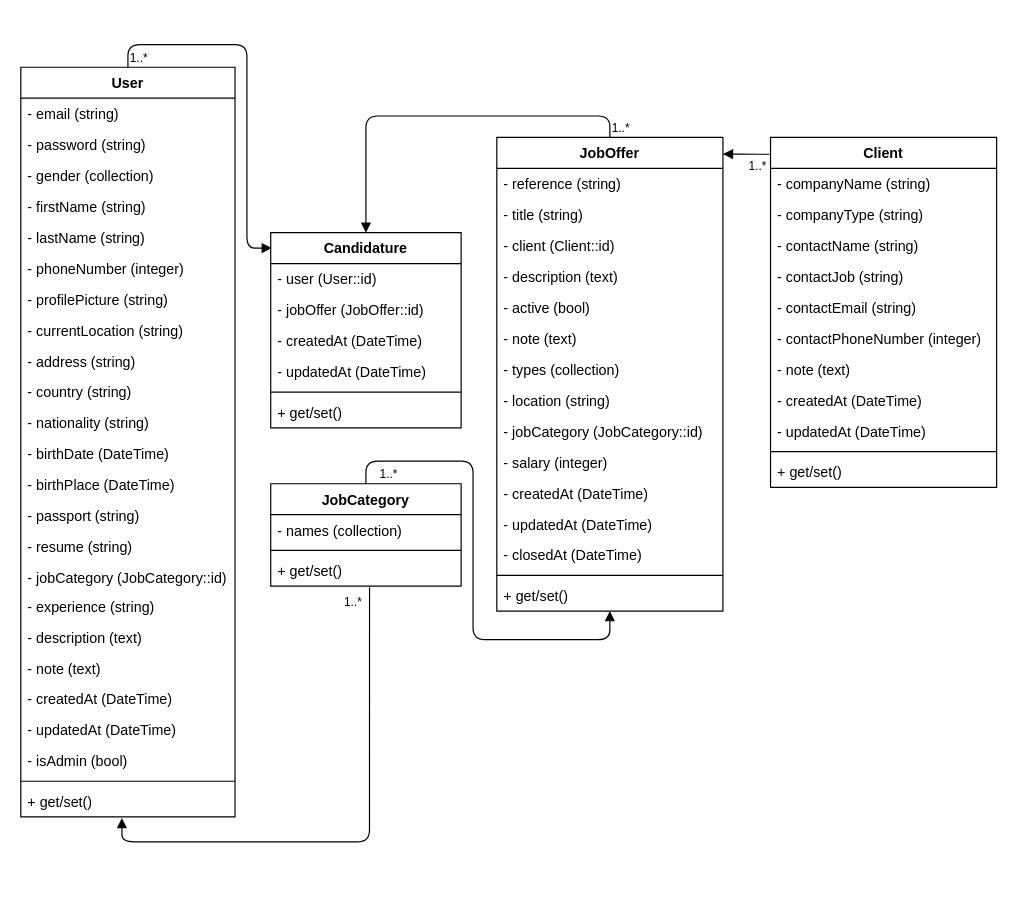
This is diagrams/classes/classes.drawio from Chaxwell/luxury, a draw.io file, before an edit. Source tidied: cells renumbered, new cells numbered last; positions are measured from the earlier drawing's top-left corner, leaving out a move shared by most shapes. Both pictures are drawn from the tidied source at 119%, with x=0, y=0 at pixel (20, 44).
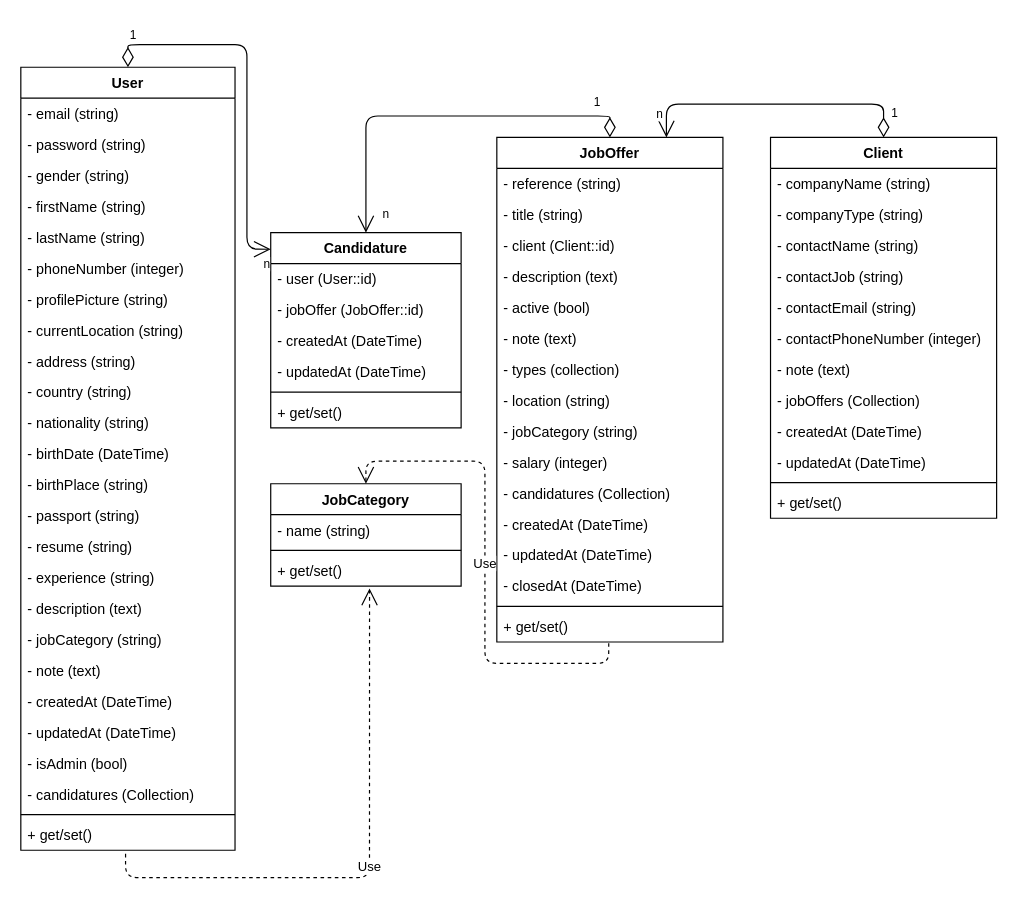
After the change.

Unchanged cells that the change refers to:
```xml
<mxCell id="55" value="Candidature" style="swimlane;fontStyle=1;align=center;verticalAlign=top;horizontal=1;startSize=26;" parent="1" vertex="1">
  <mxGeometry x="210" y="158" width="160" height="164" as="geometry" />
</mxCell>
<mxCell id="66" value="JobCategory" style="swimlane;fontStyle=1;align=center;verticalAlign=top;horizontal=1;startSize=26;" parent="1" vertex="1">
  <mxGeometry x="210" y="369" width="160" height="86" as="geometry" />
</mxCell>
<mxCell id="69" value="+ get/set()" style="text;strokeColor=none;fillColor=none;align=left;verticalAlign=top;spacingLeft=4;spacingRight=4;overflow=hidden;points=[[0,0.5],[1,0.5]];portConstraint=eastwest;" parent="66" vertex="1">
  <mxGeometry y="60" width="160" height="26" as="geometry" />
</mxCell>
```

Change to the diagram source:
```diff
@@
     <mxCell id="2" value="User" style="swimlane;fontStyle=1;align=center;verticalAlign=top;horizontal=1;startSize=26;" parent="1" vertex="1">
-      <mxGeometry y="19" width="180" height="630" as="geometry" />
+      <mxGeometry y="19" width="180" height="658" as="geometry" />
     </mxCell>
@@
-    <mxCell id="5" value="- gender (collection)&#10;" style="text;strokeColor=none;fillColor=none;align=left;verticalAlign=top;spacingLeft=4;spacingRight=4;overflow=hidden;" parent="2" vertex="1">
+    <mxCell id="5" value="- gender (string)" style="text;strokeColor=none;fillColor=none;align=left;verticalAlign=top;spacingLeft=4;spacingRight=4;overflow=hidden;" parent="2" vertex="1">
       <mxGeometry y="78" width="180" height="26" as="geometry" />
     </mxCell>
@@
-    <mxCell id="15" value="- birthPlace (DateTime)&#10;" style="text;strokeColor=none;fillColor=none;align=left;verticalAlign=top;spacingLeft=4;spacingRight=4;overflow=hidden;" parent="2" vertex="1">
+    <mxCell id="15" value="- birthPlace (string)" style="text;strokeColor=none;fillColor=none;align=left;verticalAlign=top;spacingLeft=4;spacingRight=4;overflow=hidden;" parent="2" vertex="1">
       <mxGeometry y="338" width="180" height="26" as="geometry" />
     </mxCell>
@@
-    <mxCell id="18" value="- jobCategory (JobCategory::id)&#10;" style="text;strokeColor=none;fillColor=none;align=left;verticalAlign=top;spacingLeft=4;spacingRight=4;overflow=hidden;" parent="2" vertex="1">
-      <mxGeometry y="416" width="180" height="24" as="geometry" />
-    </mxCell>
     <mxCell id="19" value="- experience (string)&#10;" style="text;strokeColor=none;fillColor=none;align=left;verticalAlign=top;spacingLeft=4;spacingRight=4;overflow=hidden;" parent="2" vertex="1">
-      <mxGeometry y="440" width="180" height="26" as="geometry" />
+      <mxGeometry y="416" width="180" height="26" as="geometry" />
     </mxCell>
     <mxCell id="20" value="- description (text)&#10;" style="text;strokeColor=none;fillColor=none;align=left;verticalAlign=top;spacingLeft=4;spacingRight=4;overflow=hidden;" parent="2" vertex="1">
-      <mxGeometry y="466" width="180" height="26" as="geometry" />
+      <mxGeometry y="442" width="180" height="26" as="geometry" />
     </mxCell>
+    <mxCell id="76" value="- jobCategory (string)" style="text;strokeColor=none;fillColor=none;align=left;verticalAlign=top;spacingLeft=4;spacingRight=4;overflow=hidden;" parent="2" vertex="1">
+      <mxGeometry y="468" width="180" height="26" as="geometry" />
+    </mxCell>
     <mxCell id="21" value="- note (text)&#10;" style="text;strokeColor=none;fillColor=none;align=left;verticalAlign=top;spacingLeft=4;spacingRight=4;overflow=hidden;" parent="2" vertex="1">
-      <mxGeometry y="492" width="180" height="26" as="geometry" />
+      <mxGeometry y="494" width="180" height="26" as="geometry" />
     </mxCell>
     <mxCell id="22" value="- createdAt (DateTime)&#10;" style="text;strokeColor=none;fillColor=none;align=left;verticalAlign=top;spacingLeft=4;spacingRight=4;overflow=hidden;" parent="2" vertex="1">
-      <mxGeometry y="518" width="180" height="26" as="geometry" />
+      <mxGeometry y="520" width="180" height="26" as="geometry" />
     </mxCell>
     <mxCell id="23" value="- updatedAt (DateTime)&#10;" style="text;strokeColor=none;fillColor=none;align=left;verticalAlign=top;spacingLeft=4;spacingRight=4;overflow=hidden;" parent="2" vertex="1">
-      <mxGeometry y="544" width="180" height="26" as="geometry" />
+      <mxGeometry y="546" width="180" height="26" as="geometry" />
     </mxCell>
     <mxCell id="24" value="- isAdmin (bool)&#10;" style="text;strokeColor=none;fillColor=none;align=left;verticalAlign=top;spacingLeft=4;spacingRight=4;overflow=hidden;" parent="2" vertex="1">
-      <mxGeometry y="570" width="180" height="26" as="geometry" />
+      <mxGeometry y="572" width="180" height="26" as="geometry" />
     </mxCell>
+    <mxCell id="77" value="- candidatures (Collection)" style="text;strokeColor=none;fillColor=none;align=left;verticalAlign=top;spacingLeft=4;spacingRight=4;overflow=hidden;" parent="2" vertex="1">
+      <mxGeometry y="598" width="180" height="26" as="geometry" />
+    </mxCell>
     <mxCell id="25" style="line;strokeWidth=1;fillColor=none;align=left;verticalAlign=middle;spacingTop=-1;spacingLeft=3;spacingRight=3;labelPosition=right;" parent="2" vertex="1">
-      <mxGeometry y="596" width="180" height="8" as="geometry" />
+      <mxGeometry y="624" width="180" height="8" as="geometry" />
     </mxCell>
     <mxCell id="26" value="+ get/set()" style="text;strokeColor=none;fillColor=none;align=left;verticalAlign=top;spacingLeft=4;spacingRight=4;overflow=hidden;points=[[0,0.5],[1,0.5]];portConstraint=eastwest;" parent="2" vertex="1">
-      <mxGeometry y="604" width="180" height="26" as="geometry" />
+      <mxGeometry y="632" width="180" height="26" as="geometry" />
     </mxCell>
     <mxCell id="27" value="Client" style="swimlane;fontStyle=1;align=center;verticalAlign=top;horizontal=1;startSize=26;" parent="1" vertex="1">
-      <mxGeometry x="630" y="78" width="190" height="294" as="geometry" />
+      <mxGeometry x="630" y="78" width="190" height="320" as="geometry" />
     </mxCell>
@@
+    <mxCell id="78" value="- jobOffers (Collection)" style="text;strokeColor=none;fillColor=none;align=left;verticalAlign=top;spacingLeft=4;spacingRight=4;overflow=hidden;" parent="27" vertex="1">
+      <mxGeometry y="208" width="190" height="26" as="geometry" />
+    </mxCell>
     <mxCell id="35" value="- createdAt (DateTime)" style="text;strokeColor=none;fillColor=none;align=left;verticalAlign=top;spacingLeft=4;spacingRight=4;overflow=hidden;" parent="27" vertex="1">
-      <mxGeometry y="208" width="190" height="26" as="geometry" />
+      <mxGeometry y="234" width="190" height="26" as="geometry" />
     </mxCell>
     <mxCell id="36" value="- updatedAt (DateTime)" style="text;strokeColor=none;fillColor=none;align=left;verticalAlign=top;spacingLeft=4;spacingRight=4;overflow=hidden;" parent="27" vertex="1">
-      <mxGeometry y="234" width="190" height="26" as="geometry" />
+      <mxGeometry y="260" width="190" height="26" as="geometry" />
     </mxCell>
     <mxCell id="37" style="line;strokeWidth=1;fillColor=none;align=left;verticalAlign=middle;spacingTop=-1;spacingLeft=3;spacingRight=3;labelPosition=right;" parent="27" vertex="1">
-      <mxGeometry y="260" width="190" height="8" as="geometry" />
+      <mxGeometry y="286" width="190" height="8" as="geometry" />
     </mxCell>
     <mxCell id="38" value="+ get/set()" style="text;strokeColor=none;fillColor=none;align=left;verticalAlign=top;spacingLeft=4;spacingRight=4;overflow=hidden;" parent="27" vertex="1">
-      <mxGeometry y="268" width="190" height="26" as="geometry" />
+      <mxGeometry y="294" width="190" height="26" as="geometry" />
     </mxCell>
     <mxCell id="39" value="JobOffer" style="swimlane;fontStyle=1;align=center;verticalAlign=top;horizontal=1;startSize=26;" parent="1" vertex="1">
-      <mxGeometry x="400" y="78" width="190" height="398" as="geometry" />
+      <mxGeometry x="400" y="78" width="190" height="424" as="geometry" />
     </mxCell>
@@
-    <mxCell id="48" value="- jobCategory (JobCategory::id)" style="text;strokeColor=none;fillColor=none;align=left;verticalAlign=top;spacingLeft=4;spacingRight=4;overflow=hidden;" parent="39" vertex="1">
-      <mxGeometry y="234" width="190" height="26" as="geometry" />
-    </mxCell>
+    <mxCell id="79" value="- jobCategory (string)" style="text;strokeColor=none;fillColor=none;align=left;verticalAlign=top;spacingLeft=4;spacingRight=4;overflow=hidden;" parent="39" vertex="1">
+      <mxGeometry y="234" width="190" height="26" as="geometry" />
+    </mxCell>
@@
+    <mxCell id="80" value="- candidatures (Collection)" style="text;strokeColor=none;fillColor=none;align=left;verticalAlign=top;spacingLeft=4;spacingRight=4;overflow=hidden;" parent="39" vertex="1">
+      <mxGeometry y="286" width="190" height="26" as="geometry" />
+    </mxCell>
     <mxCell id="50" value="- createdAt (DateTime)" style="text;strokeColor=none;fillColor=none;align=left;verticalAlign=top;spacingLeft=4;spacingRight=4;overflow=hidden;" parent="39" vertex="1">
-      <mxGeometry y="286" width="190" height="26" as="geometry" />
+      <mxGeometry y="312" width="190" height="26" as="geometry" />
     </mxCell>
     <mxCell id="51" value="- updatedAt (DateTime)" style="text;strokeColor=none;fillColor=none;align=left;verticalAlign=top;spacingLeft=4;spacingRight=4;overflow=hidden;" parent="39" vertex="1">
-      <mxGeometry y="312" width="190" height="26" as="geometry" />
+      <mxGeometry y="338" width="190" height="26" as="geometry" />
     </mxCell>
     <mxCell id="52" value="- closedAt (DateTime)" style="text;strokeColor=none;fillColor=none;align=left;verticalAlign=top;spacingLeft=4;spacingRight=4;overflow=hidden;" parent="39" vertex="1">
-      <mxGeometry y="338" width="190" height="26" as="geometry" />
+      <mxGeometry y="364" width="190" height="26" as="geometry" />
     </mxCell>
     <mxCell id="53" style="line;strokeWidth=1;fillColor=none;align=left;verticalAlign=middle;spacingTop=-1;spacingLeft=3;spacingRight=3;labelPosition=right;" parent="39" vertex="1">
-      <mxGeometry y="364" width="190" height="8" as="geometry" />
+      <mxGeometry y="390" width="190" height="8" as="geometry" />
     </mxCell>
     <mxCell id="54" value="+ get/set()" style="text;strokeColor=none;fillColor=none;align=left;verticalAlign=top;spacingLeft=4;spacingRight=4;overflow=hidden;points=[[0,0.5],[1,0.5]];portConstraint=eastwest;" parent="39" vertex="1">
-      <mxGeometry y="372" width="190" height="26" as="geometry" />
+      <mxGeometry y="398" width="190" height="26" as="geometry" />
     </mxCell>
@@
-    <mxCell id="62" style="endArrow=block;endFill=1;html=1;edgeStyle=orthogonalEdgeStyle;align=left;verticalAlign=top;exitX=0.5;exitY=0;exitDx=0;exitDy=0;entryX=0.006;entryY=0.079;entryDx=0;entryDy=0;entryPerimeter=0;" parent="1" edge="1" source="2" target="55">
-      <mxGeometry x="-1" relative="1" as="geometry">
-        <Array as="points">
-          <mxPoint x="90" />
-          <mxPoint x="190" />
-          <mxPoint x="190" y="171" />
-        </Array>
-      </mxGeometry>
-    </mxCell>
-    <mxCell id="63" value="1..*" style="html=1;align=left;verticalAlign=bottom;labelBackgroundColor=#ffffff;fontSize=10;" parent="62" vertex="1">
-      <mxGeometry x="-1" relative="1" as="geometry" />
-    </mxCell>
-    <mxCell id="64" style="endArrow=block;endFill=1;html=1;edgeStyle=orthogonalEdgeStyle;align=left;verticalAlign=top;exitX=0.5;exitY=0;exitDx=0;exitDy=0;entryX=0.5;entryY=0;entryDx=0;entryDy=0;" parent="1" edge="1" source="39" target="55">
-      <mxGeometry x="-1" relative="1" as="geometry">
-        <Array as="points">
-          <mxPoint x="495" y="60" />
-          <mxPoint x="290" y="60" />
-        </Array>
-      </mxGeometry>
-    </mxCell>
-    <mxCell id="65" value="1..*" style="html=1;align=left;verticalAlign=bottom;labelBackgroundColor=#ffffff;fontSize=10;" parent="64" vertex="1">
-      <mxGeometry x="-1" relative="1" as="geometry" />
-    </mxCell>
@@
-    <mxCell id="67" value="- names (collection)" style="text;strokeColor=none;fillColor=none;align=left;verticalAlign=top;spacingLeft=4;spacingRight=4;overflow=hidden;" parent="66" vertex="1">
+    <mxCell id="67" value="- name (string)" style="text;strokeColor=none;fillColor=none;align=left;verticalAlign=top;spacingLeft=4;spacingRight=4;overflow=hidden;" parent="66" vertex="1">
       <mxGeometry y="26" width="160" height="26" as="geometry" />
     </mxCell>
@@
-    <mxCell id="70" style="endArrow=block;endFill=1;html=1;edgeStyle=orthogonalEdgeStyle;align=left;verticalAlign=top;exitX=0.5;exitY=0;exitDx=0;exitDy=0;entryX=0.5;entryY=1;entryDx=0;entryDy=0;entryPerimeter=0;" parent="1" edge="1" source="66" target="54">
-      <mxGeometry x="-1" relative="1" as="geometry">
-        <Array as="points">
-          <mxPoint x="290" y="350" />
-          <mxPoint x="380" y="350" />
-          <mxPoint x="380" y="500" />
-          <mxPoint x="495" y="500" />
-        </Array>
-      </mxGeometry>
-    </mxCell>
-    <mxCell id="71" value="1..*" style="html=1;align=left;verticalAlign=bottom;labelBackgroundColor=#ffffff;fontSize=10;" parent="70" vertex="1">
-      <mxGeometry x="-1" relative="1" as="geometry">
-        <mxPoint x="10" as="offset" />
-      </mxGeometry>
-    </mxCell>
+    <mxCell id="62" style="endArrow=open;html=1;endSize=12;startArrow=diamondThin;startSize=14;startFill=0;edgeStyle=orthogonalEdgeStyle;exitX=0.5;exitY=0;exitDx=0;exitDy=0;entryX=0;entryY=0.085;entryDx=0;entryDy=0;entryPerimeter=0;" parent="1" edge="1" source="2" target="55">
+      <mxGeometry x="-0.04" y="30" relative="1" as="geometry">
+        <Array as="points">
+          <mxPoint x="90" />
+          <mxPoint x="190" />
+          <mxPoint x="190" y="172" />
+        </Array>
+      </mxGeometry>
+    </mxCell>
+    <mxCell id="81" value="1" style="html=1;align=left;verticalAlign=top;labelBackgroundColor=#ffffff;fontSize=10;" parent="62" vertex="1">
+      <mxGeometry x="-1" relative="1" as="geometry">
+        <mxPoint y="-39" as="offset" />
+      </mxGeometry>
+    </mxCell>
+    <mxCell id="82" value="n" style="html=1;align=right;verticalAlign=top;labelBackgroundColor=#ffffff;fontSize=10;" parent="62" vertex="1">
+      <mxGeometry x="1" relative="1" as="geometry" />
+    </mxCell>
+    <mxCell id="64" style="endArrow=open;html=1;endSize=12;startArrow=diamondThin;startSize=14;startFill=0;edgeStyle=orthogonalEdgeStyle;exitX=0.5;exitY=0;exitDx=0;exitDy=0;entryX=0.5;entryY=0;entryDx=0;entryDy=0;" parent="1" edge="1" source="39" target="55">
+      <mxGeometry relative="1" as="geometry">
+        <Array as="points">
+          <mxPoint x="495" y="60" />
+          <mxPoint x="290" y="60" />
+        </Array>
+      </mxGeometry>
+    </mxCell>
+    <mxCell id="83" value="1" style="html=1;align=left;verticalAlign=top;labelBackgroundColor=#ffffff;fontSize=10;" parent="64" vertex="1">
+      <mxGeometry x="-1" relative="1" as="geometry">
+        <mxPoint x="-15" y="-42" as="offset" />
+      </mxGeometry>
+    </mxCell>
+    <mxCell id="84" value="n" style="html=1;align=right;verticalAlign=top;labelBackgroundColor=#ffffff;fontSize=10;" parent="64" vertex="1">
+      <mxGeometry x="1" relative="1" as="geometry">
+        <mxPoint x="20" y="-28" as="offset" />
+      </mxGeometry>
+    </mxCell>
-    <mxCell id="72" style="endArrow=block;endFill=1;html=1;edgeStyle=orthogonalEdgeStyle;align=left;verticalAlign=top;exitX=-0.005;exitY=0.048;exitDx=0;exitDy=0;exitPerimeter=0;entryX=1;entryY=0.035;entryDx=0;entryDy=0;entryPerimeter=0;" parent="1" edge="1" source="27" target="39">
-      <mxGeometry x="-1" relative="1" as="geometry" />
+    <mxCell id="72" style="endArrow=open;html=1;endSize=12;startArrow=diamondThin;startSize=14;startFill=0;edgeStyle=orthogonalEdgeStyle;exitX=0.5;exitY=0;exitDx=0;exitDy=0;entryX=0.75;entryY=0;entryDx=0;entryDy=0;" parent="1" edge="1" source="27" target="39">
+      <mxGeometry relative="1" as="geometry">
+        <Array as="points">
+          <mxPoint x="725" y="50" />
+          <mxPoint x="543" y="50" />
+        </Array>
+      </mxGeometry>
     </mxCell>
-    <mxCell id="73" value="1..*" style="html=1;align=left;verticalAlign=bottom;labelBackgroundColor=#ffffff;fontSize=10;" parent="72" vertex="1">
-      <mxGeometry x="-1" relative="1" as="geometry">
-        <mxPoint x="-19" y="18" as="offset" />
-      </mxGeometry>
-    </mxCell>
-    <mxCell id="74" style="endArrow=block;endFill=1;html=1;edgeStyle=orthogonalEdgeStyle;align=left;verticalAlign=top;exitX=0.519;exitY=1.038;exitDx=0;exitDy=0;exitPerimeter=0;entryX=0.472;entryY=1.038;entryDx=0;entryDy=0;entryPerimeter=0;" parent="1" edge="1" source="69" target="26">
-      <mxGeometry x="-1" relative="1" as="geometry">
-        <Array as="points">
-          <mxPoint x="293" y="670" />
-          <mxPoint x="85" y="670" />
-        </Array>
-      </mxGeometry>
-    </mxCell>
-    <mxCell id="75" value="1..*" style="html=1;align=left;verticalAlign=bottom;labelBackgroundColor=#ffffff;fontSize=10;" parent="74" vertex="1">
-      <mxGeometry x="-1" relative="1" as="geometry">
-        <mxPoint x="-23" y="20" as="offset" />
-      </mxGeometry>
-    </mxCell>
+    <mxCell id="85" value="1" style="html=1;align=left;verticalAlign=top;labelBackgroundColor=#ffffff;fontSize=10;" parent="72" vertex="1">
+      <mxGeometry x="-1" relative="1" as="geometry">
+        <mxPoint x="5" y="-33" as="offset" />
+      </mxGeometry>
+    </mxCell>
+    <mxCell id="86" value="n" style="html=1;align=right;verticalAlign=top;labelBackgroundColor=#ffffff;fontSize=10;" parent="72" vertex="1">
+      <mxGeometry x="1" relative="1" as="geometry">
+        <mxPoint x="-3" y="-33" as="offset" />
+      </mxGeometry>
+    </mxCell>
+    <mxCell id="87" value="Use" style="endArrow=open;endSize=12;dashed=1;html=1;exitX=0.489;exitY=1.115;exitDx=0;exitDy=0;exitPerimeter=0;entryX=0.519;entryY=1.077;entryDx=0;entryDy=0;entryPerimeter=0;" parent="1" edge="1" source="26" target="69">
+      <mxGeometry relative="1" as="geometry">
+        <Array as="points">
+          <mxPoint x="88" y="700" />
+          <mxPoint x="293" y="700" />
+        </Array>
+      </mxGeometry>
+    </mxCell>
+    <mxCell id="88" value="Use" style="endArrow=open;endSize=12;dashed=1;html=1;exitX=0.495;exitY=1.038;exitDx=0;exitDy=0;exitPerimeter=0;entryX=0.5;entryY=0;entryDx=0;entryDy=0;" parent="1" edge="1" source="54" target="66">
+      <mxGeometry relative="1" as="geometry">
+        <Array as="points">
+          <mxPoint x="494" y="520" />
+          <mxPoint x="390" y="520" />
+          <mxPoint x="390" y="350" />
+          <mxPoint x="290" y="350" />
+        </Array>
+      </mxGeometry>
+    </mxCell>
```
